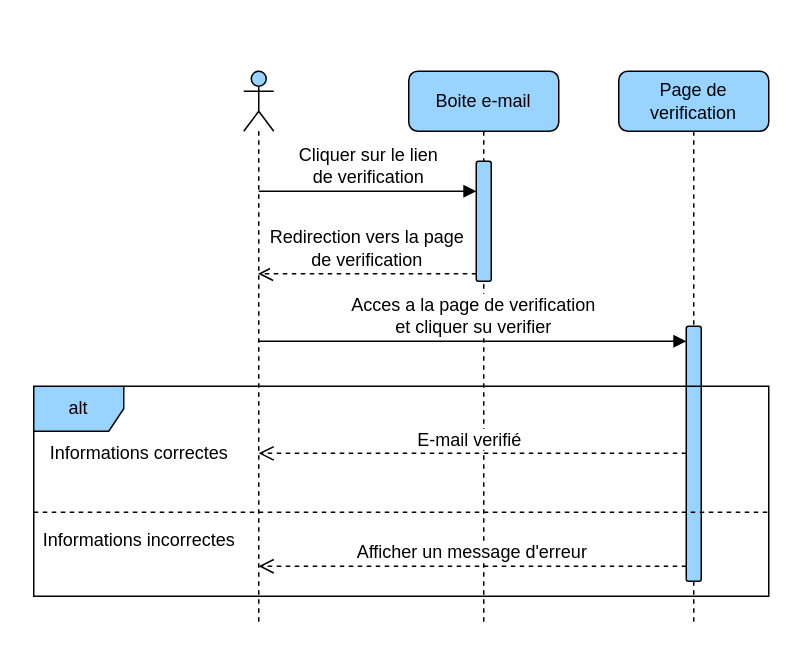
Earlier version of the draw.io diagram page "email-verification" (2 of 7) of diagrams/sequence.drawio (devlotfi/peage-pay). Source tidied: cells renumbered, new cells numbered last; positions are measured from the earlier drawing's top-left corner, leaving out a move shared by most shapes. Both pictures are drawn from the tidied source at 150%, with x=0, y=0 at pixel (26, 70).
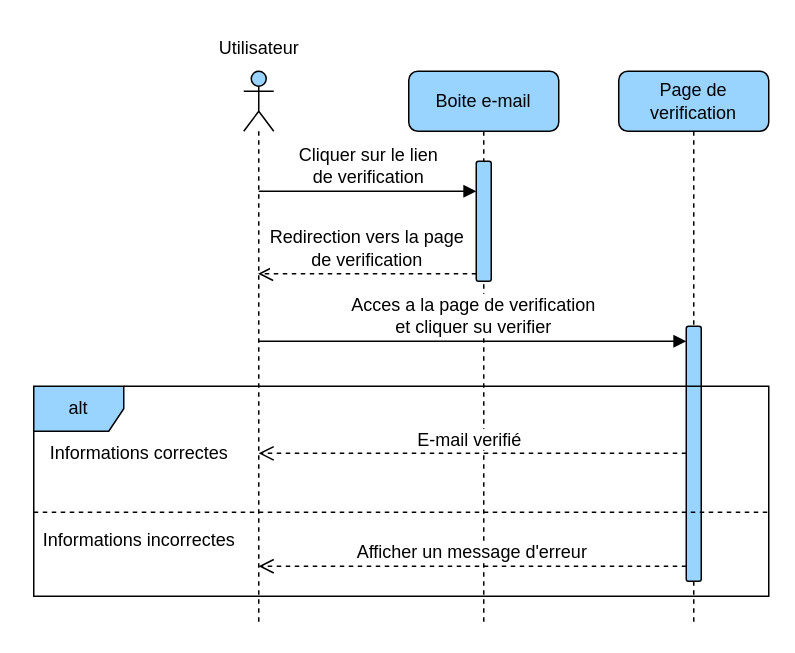
After the change.

Diff of the diagram source:
```diff
@@
+    <mxCell id="16" value="Utilisateur" style="text;html=1;align=center;verticalAlign=middle;strokeColor=none;fillColor=none;" parent="1" vertex="1">
+      <mxGeometry x="115" y="-30" width="80" height="30" as="geometry" />
+    </mxCell>
```
